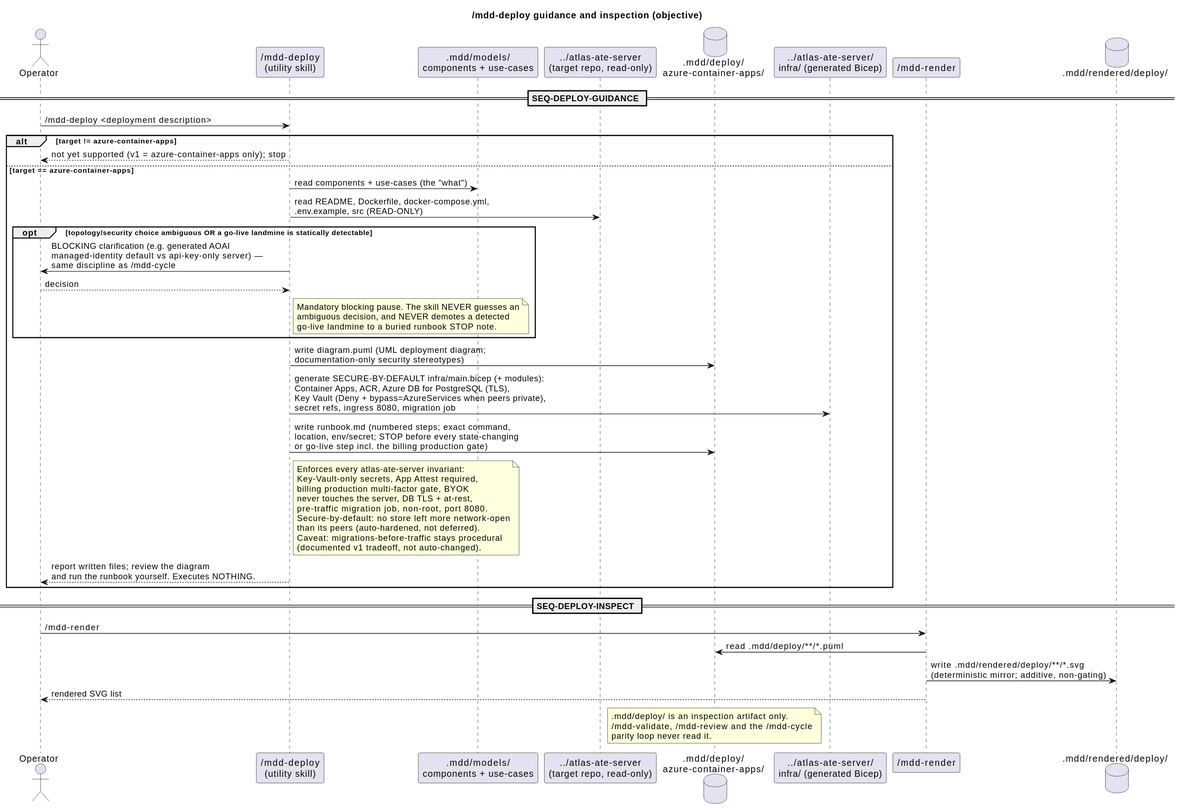
cthadeufaria/model-driven-development keeps this PlantUML diagram as .mdd/rendered/models/objective/sequences/deploy-guidance.svg. Above is the earlier version. Its diagram source:
```plantuml
@startuml
title /mdd-deploy guidance and inspection (objective)

actor "Operator" as Op
participant "/mdd-deploy\n(utility skill)" as Dep
participant ".mdd/models/\ncomponents + use-cases" as Models
participant "../atlas-ate-server\n(target repo, read-only)" as Target
database ".mdd/deploy/\nazure-container-apps/" as Store
participant "../atlas-ate-server/\ninfra/ (generated Bicep)" as Infra
participant "/mdd-render" as Render
database ".mdd/rendered/deploy/" as Rendered

== SEQ-DEPLOY-GUIDANCE ==
Op -> Dep : /mdd-deploy <deployment description>
alt target != azure-container-apps
  Dep --> Op : not yet supported (v1 = azure-container-apps only); stop
else target == azure-container-apps
  Dep -> Models : read components + use-cases (the "what")
  Dep -> Target : read README, Dockerfile, docker-compose.yml,\n.env.example, src (READ-ONLY)
  opt topology/security choice ambiguous OR a go-live landmine is statically detectable
    Dep -> Op : BLOCKING clarification (e.g. generated AOAI\nmanaged-identity default vs api-key-only server) —\nsame discipline as /mdd-cycle
    Op --> Dep : decision
    note right of Dep
      Mandatory blocking pause. The skill NEVER guesses an
      ambiguous decision, and NEVER demotes a detected
      go-live landmine to a buried runbook STOP note.
    end note
  end
  Dep -> Store : write diagram.puml (UML deployment diagram;\ndocumentation-only security stereotypes)
  Dep -> Infra : generate SECURE-BY-DEFAULT infra/main.bicep (+ modules):\nContainer Apps, ACR, Azure DB for PostgreSQL (TLS),\nKey Vault (Deny + bypass=AzureServices when peers private),\nsecret refs, ingress 8080, migration job
  Dep -> Store : write runbook.md (numbered steps; exact command,\nlocation, env/secret; STOP before every state-changing\nor go-live step incl. the billing production gate)
  note right of Dep
    Enforces every atlas-ate-server invariant:
    Key-Vault-only secrets, App Attest required,
    billing production multi-factor gate, BYOK
    never touches the server, DB TLS + at-rest,
    pre-traffic migration job, non-root, port 8080.
    Secure-by-default: no store left more network-open
    than its peers (auto-hardened, not deferred).
    Caveat: migrations-before-traffic stays procedural
    (documented v1 tradeoff, not auto-changed).
  end note
  Dep --> Op : report written files; review the diagram\nand run the runbook yourself. Executes NOTHING.
end

== SEQ-DEPLOY-INSPECT ==
Op -> Render : /mdd-render
Render -> Store : read .mdd/deploy/**/*.puml
Render -> Rendered : write .mdd/rendered/deploy/**/*.svg\n(deterministic mirror; additive, non-gating)
Render --> Op : rendered SVG list

note over Store
  .mdd/deploy/ is an inspection artifact only.
  /mdd-validate, /mdd-review and the /mdd-cycle
  parity loop never read it.
end note
@enduml
```
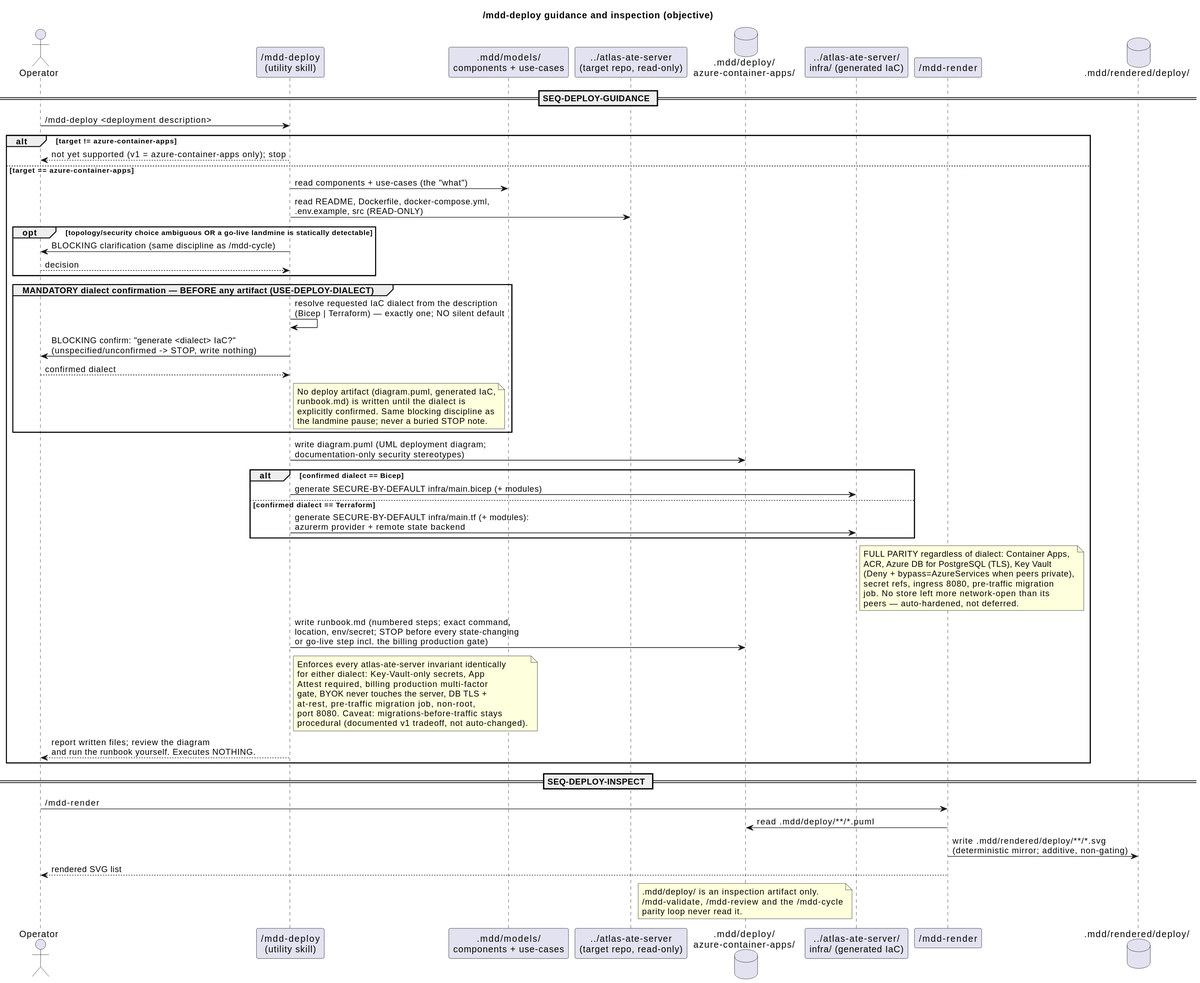
The same diagram one commit later.

Diff of the diagram source:
```diff
@@ -6,7 +6,7 @@
 participant ".mdd/models/\ncomponents + use-cases" as Models
 participant "../atlas-ate-server\n(target repo, read-only)" as Target
 database ".mdd/deploy/\nazure-container-apps/" as Store
-participant "../atlas-ate-server/\ninfra/ (generated Bicep)" as Infra
+participant "../atlas-ate-server/\ninfra/ (generated IaC)" as Infra
 participant "/mdd-render" as Render
 database ".mdd/rendered/deploy/" as Rendered
 
@@ -18,27 +18,45 @@
   Dep -> Models : read components + use-cases (the "what")
   Dep -> Target : read README, Dockerfile, docker-compose.yml,\n.env.example, src (READ-ONLY)
   opt topology/security choice ambiguous OR a go-live landmine is statically detectable
-    Dep -> Op : BLOCKING clarification (e.g. generated AOAI\nmanaged-identity default vs api-key-only server) —\nsame discipline as /mdd-cycle
+    Dep -> Op : BLOCKING clarification (same discipline as /mdd-cycle)
     Op --> Dep : decision
+  end
+
+  group MANDATORY dialect confirmation — BEFORE any artifact (USE-DEPLOY-DIALECT)
+    Dep -> Dep : resolve requested IaC dialect from the description\n(Bicep | Terraform) — exactly one; NO silent default
+    Dep -> Op : BLOCKING confirm: "generate <dialect> IaC?"\n(unspecified/unconfirmed -> STOP, write nothing)
+    Op --> Dep : confirmed dialect
     note right of Dep
-      Mandatory blocking pause. The skill NEVER guesses an
-      ambiguous decision, and NEVER demotes a detected
-      go-live landmine to a buried runbook STOP note.
+      No deploy artifact (diagram.puml, generated IaC,
+      runbook.md) is written until the dialect is
+      explicitly confirmed. Same blocking discipline as
+      the landmine pause; never a buried STOP note.
     end note
   end
+
   Dep -> Store : write diagram.puml (UML deployment diagram;\ndocumentation-only security stereotypes)
-  Dep -> Infra : generate SECURE-BY-DEFAULT infra/main.bicep (+ modules):\nContainer Apps, ACR, Azure DB for PostgreSQL (TLS),\nKey Vault (Deny + bypass=AzureServices when peers private),\nsecret refs, ingress 8080, migration job
+  alt confirmed dialect == Bicep
+    Dep -> Infra : generate SECURE-BY-DEFAULT infra/main.bicep (+ modules)
+  else confirmed dialect == Terraform
+    Dep -> Infra : generate SECURE-BY-DEFAULT infra/main.tf (+ modules):\nazurerm provider + remote state backend
+  end
+  note right of Infra
+    FULL PARITY regardless of dialect: Container Apps,
+    ACR, Azure DB for PostgreSQL (TLS), Key Vault
+    (Deny + bypass=AzureServices when peers private),
+    secret refs, ingress 8080, pre-traffic migration
+    job. No store left more network-open than its
+    peers — auto-hardened, not deferred.
+  end note
   Dep -> Store : write runbook.md (numbered steps; exact command,\nlocation, env/secret; STOP before every state-changing\nor go-live step incl. the billing production gate)
   note right of Dep
-    Enforces every atlas-ate-server invariant:
-    Key-Vault-only secrets, App Attest required,
-    billing production multi-factor gate, BYOK
-    never touches the server, DB TLS + at-rest,
-    pre-traffic migration job, non-root, port 8080.
-    Secure-by-default: no store left more network-open
-    than its peers (auto-hardened, not deferred).
-    Caveat: migrations-before-traffic stays procedural
-    (documented v1 tradeoff, not auto-changed).
+    Enforces every atlas-ate-server invariant identically
+    for either dialect: Key-Vault-only secrets, App
+    Attest required, billing production multi-factor
+    gate, BYOK never touches the server, DB TLS +
+    at-rest, pre-traffic migration job, non-root,
+    port 8080. Caveat: migrations-before-traffic stays
+    procedural (documented v1 tradeoff, not auto-changed).
   end note
   Dep --> Op : report written files; review the diagram\nand run the runbook yourself. Executes NOTHING.
 end
```
